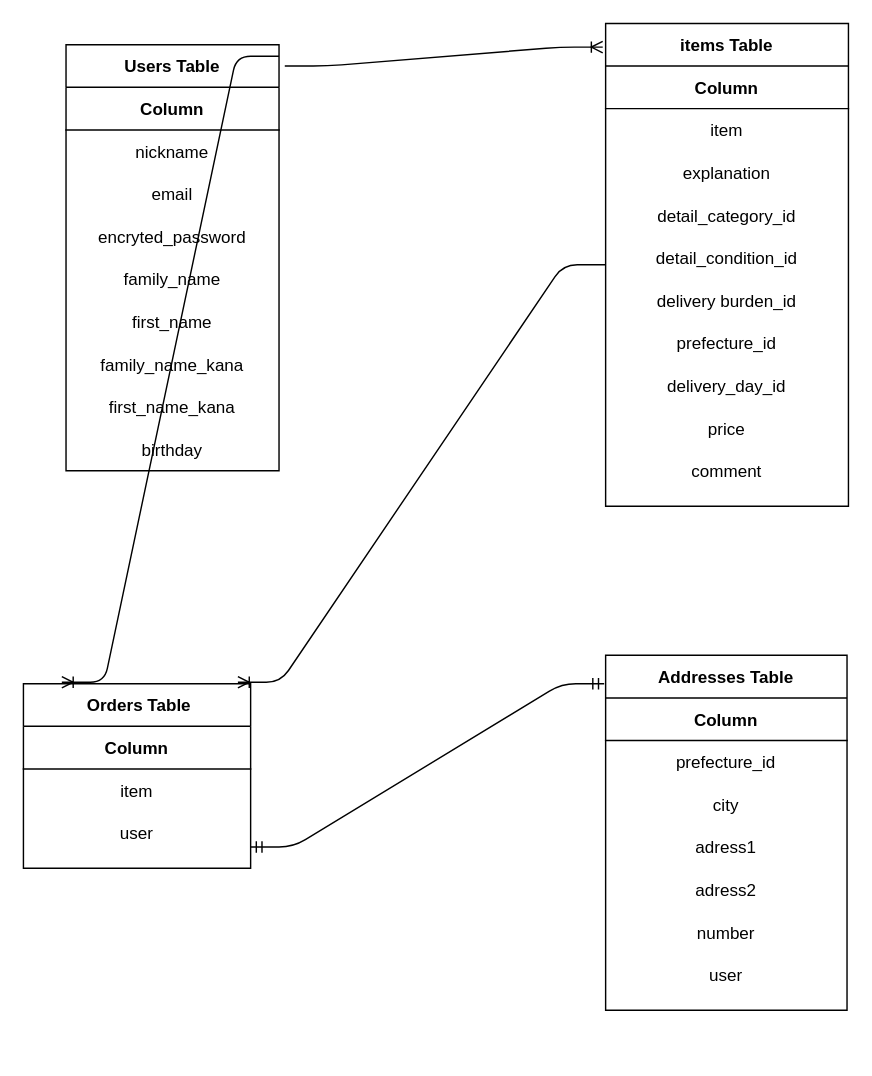
The draw.io diagram page "ページ2" (2 of 2) of er.dio in kurokuro325/furima-38387, before the edit. Source tidied: cells renumbered, new cells numbered last; positions are measured from the earlier drawing's top-left corner, leaving out a move shared by most shapes. Both pictures are drawn from the tidied source at 142%, with x=0, y=0 at pixel (23, 23).
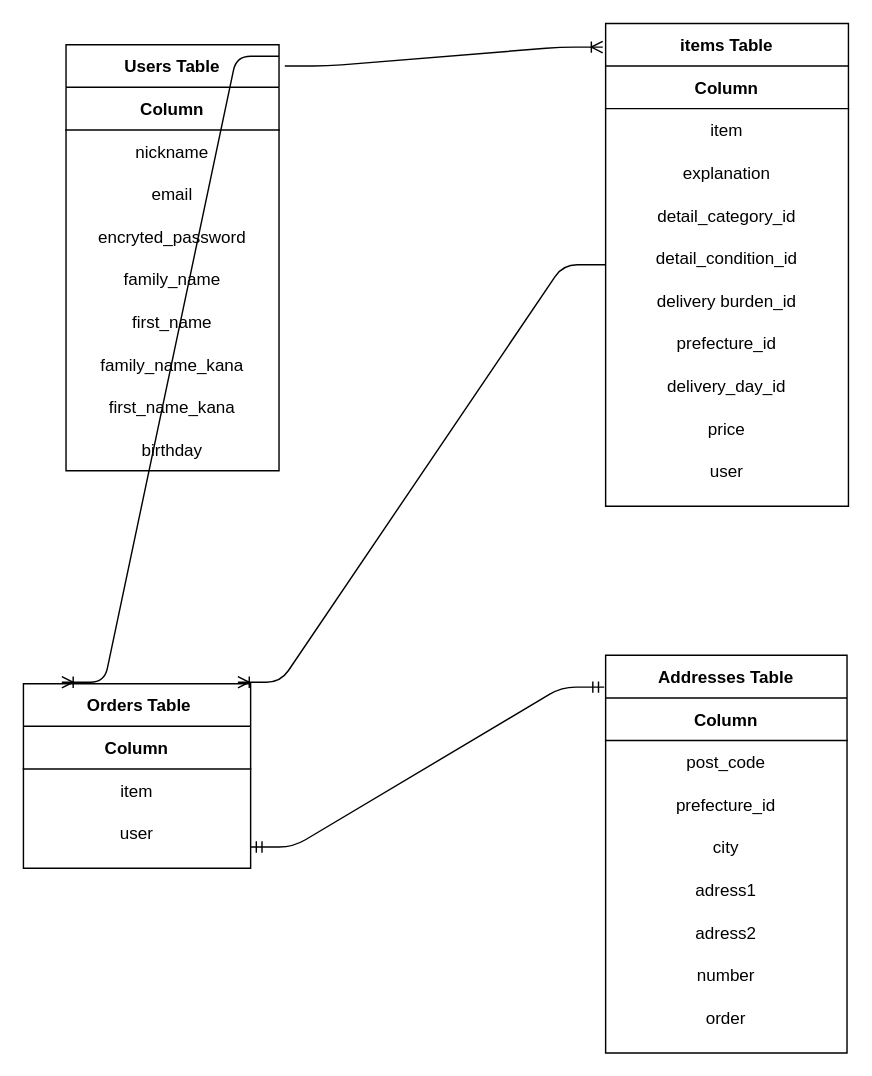
After the change.

Commit message (it also covers changes not shown here):
データベースの修正4

Unchanged cells that the change refers to:
```xml
<mxCell id="21" style="shape=partialRectangle;fillColor=none;top=0;left=0;bottom=0;right=0;labelBorderColor=none;" parent="2" vertex="1">
  <mxGeometry y="300" width="171" height="30" as="geometry" />
</mxCell>
```

Diff of the diagram source:
```diff
@@
-    <mxCell id="22" value="comment" style="shape=partialRectangle;fillColor=none;top=0;left=0;bottom=0;right=0;overflow=hidden;labelBorderColor=none;" parent="21" vertex="1">
+    <mxCell id="22" value="user" style="shape=partialRectangle;fillColor=none;top=0;left=0;bottom=0;right=0;overflow=hidden;labelBorderColor=none;" parent="21" vertex="1">
       <mxGeometry width="171" height="30" as="geometry" />
     </mxCell>
@@
     <mxCell id="50" value="Addresses Table" style="shape=table;startSize=30;childLayout=tableLayout;rowLines=0;fontStyle=1;align=center;labelBorderColor=none;" parent="1" vertex="1">
-      <mxGeometry x="410" y="445" width="170" height="250" as="geometry" />
+      <mxGeometry x="410" y="445" width="170" height="280" as="geometry" />
     </mxCell>
@@
+    <mxCell id="68" style="shape=partialRectangle;fillColor=none;top=0;left=0;bottom=0;right=0;labelBorderColor=none;" parent="50" vertex="1">
+      <mxGeometry y="60" width="170" height="30" as="geometry" />
+    </mxCell>
+    <mxCell id="69" value="post_code" style="shape=partialRectangle;fillColor=none;top=0;left=0;bottom=0;right=0;overflow=hidden;labelBorderColor=none;" parent="68" vertex="1">
+      <mxGeometry width="170" height="30" as="geometry" />
+    </mxCell>
     <mxCell id="53" style="shape=partialRectangle;fillColor=none;top=0;left=0;bottom=0;right=0;labelBorderColor=none;" parent="50" vertex="1">
-      <mxGeometry y="60" width="170" height="30" as="geometry" />
+      <mxGeometry y="90" width="170" height="30" as="geometry" />
     </mxCell>
@@
     <mxCell id="55" style="shape=partialRectangle;fillColor=none;top=0;left=0;bottom=0;right=0;labelBorderColor=none;" parent="50" vertex="1">
-      <mxGeometry y="90" width="170" height="30" as="geometry" />
+      <mxGeometry y="120" width="170" height="30" as="geometry" />
     </mxCell>
@@
     <mxCell id="57" style="shape=partialRectangle;fillColor=none;top=0;left=0;bottom=0;right=0;labelBorderColor=none;" parent="50" vertex="1">
-      <mxGeometry y="120" width="170" height="30" as="geometry" />
+      <mxGeometry y="150" width="170" height="30" as="geometry" />
     </mxCell>
@@
     <mxCell id="59" style="shape=partialRectangle;fillColor=none;top=0;left=0;bottom=0;right=0;labelBorderColor=none;" parent="50" vertex="1">
-      <mxGeometry y="150" width="170" height="30" as="geometry" />
+      <mxGeometry y="180" width="170" height="30" as="geometry" />
     </mxCell>
@@
     <mxCell id="61" style="shape=partialRectangle;fillColor=none;top=0;left=0;bottom=0;right=0;labelBorderColor=none;" parent="50" vertex="1">
-      <mxGeometry y="180" width="170" height="30" as="geometry" />
+      <mxGeometry y="210" width="170" height="30" as="geometry" />
     </mxCell>
@@
     <mxCell id="63" style="shape=partialRectangle;fillColor=none;top=0;left=0;bottom=0;right=0;labelBorderColor=none;" parent="50" vertex="1">
-      <mxGeometry y="210" width="170" height="30" as="geometry" />
+      <mxGeometry y="240" width="170" height="30" as="geometry" />
     </mxCell>
-    <mxCell id="64" value="user" style="shape=partialRectangle;fillColor=none;top=0;left=0;bottom=0;right=0;overflow=hidden;labelBorderColor=none;" parent="63" vertex="1">
+    <mxCell id="64" value="order" style="shape=partialRectangle;fillColor=none;top=0;left=0;bottom=0;right=0;overflow=hidden;labelBorderColor=none;" parent="63" vertex="1">
       <mxGeometry width="170" height="30" as="geometry" />
     </mxCell>
```
